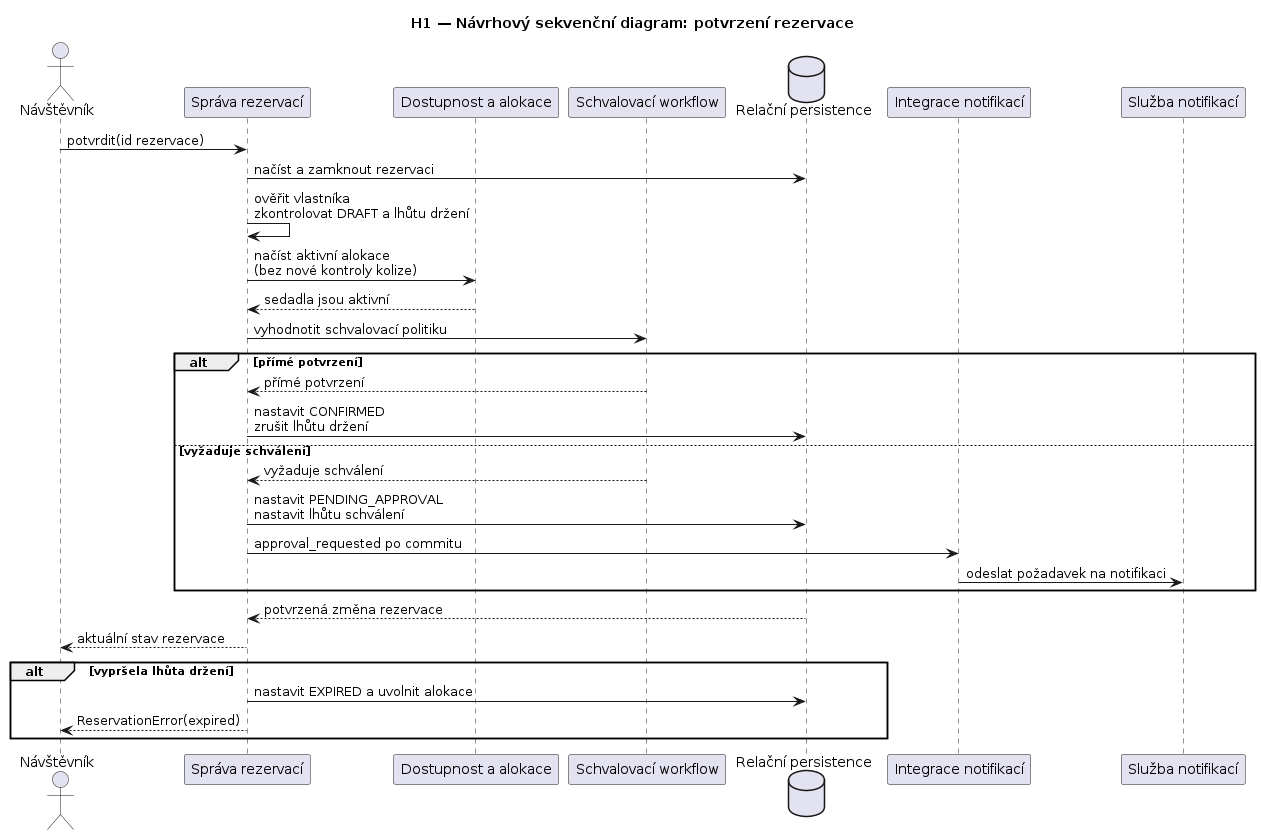
Above: docs/c03-diagrams/design-sequence-confirm.png in jn-flk/SWI (PlantUML), before the change.
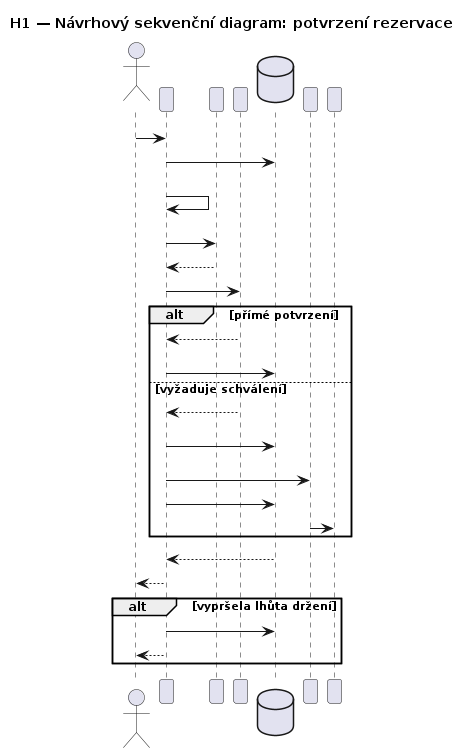
Above is the later version.

What changed in the source:
```diff
@@ -21,8 +21,9 @@
 else vyžaduje schválení
   AW --> RM : vyžaduje schválení
   RM -> DB : nastavit PENDING_APPROVAL\nnastavit lhůtu schválení
-  RM -> NI : approval_requested po commitu
-  NI -> NS : odeslat požadavek na notifikaci
+  RM -> NI : zapsat approval_requested\nve stejné transakci
+  RM -> DB : commit rezervace + outbox
+  NI -> NS : později odeslat mimo transakci
 end
 DB --> RM : potvrzená změna rezervace
 RM --> Visitor : aktuální stav rezervace
```
